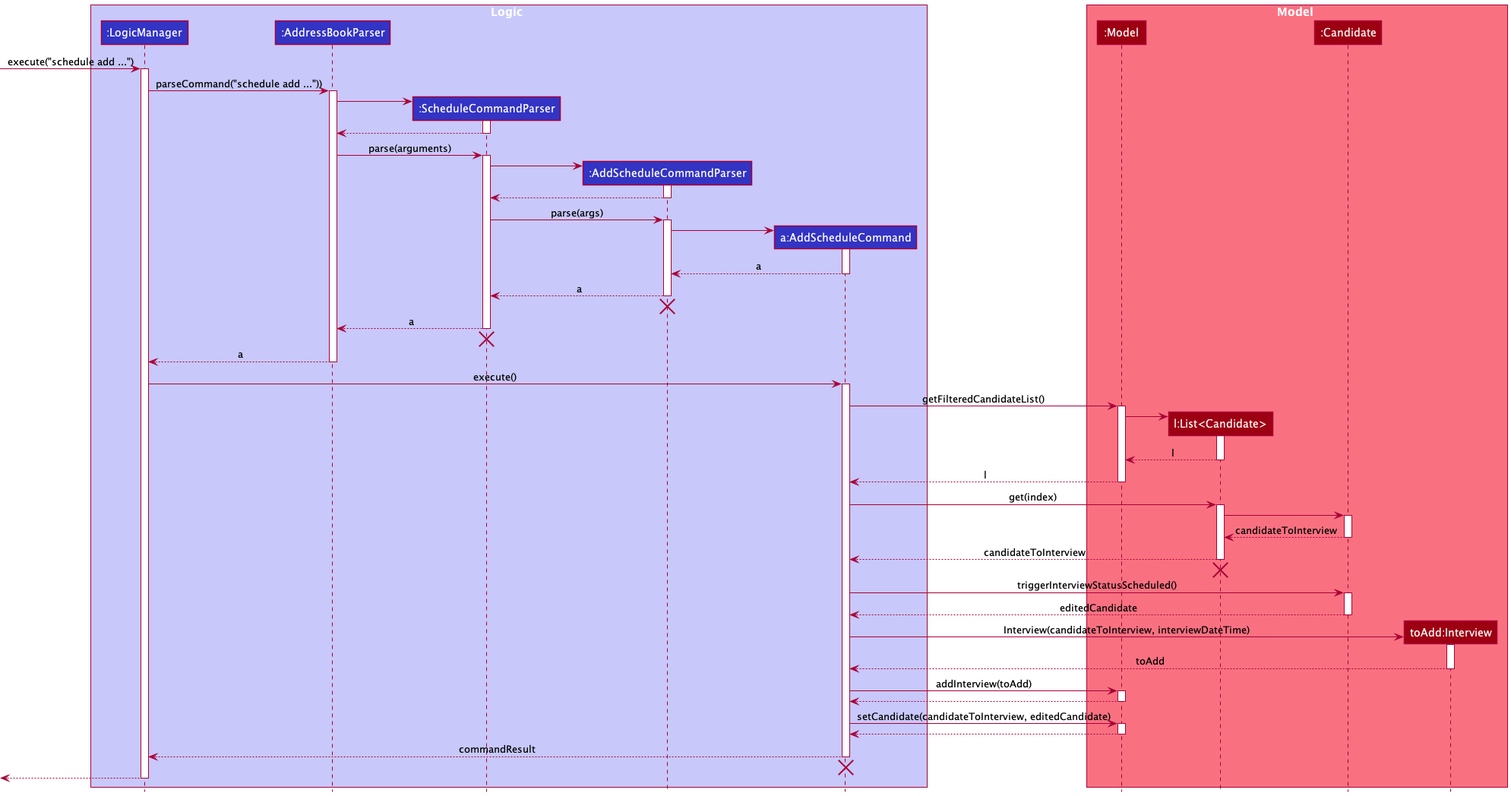
This is docs/images/AddScheduleSequenceDiagram.png from nus-cs2103-AY2122S2/tp, a PlantUML export, as it was before one commit. The source it was exported from:
```plantuml
@startuml

!include style.puml

box Logic LOGIC_COLOR_T1
participant ":LogicManager" as LogicManager LOGIC_COLOR
participant ":AddressBookParser" as AddressBookParser LOGIC_COLOR
participant ":ScheduleCommandParser" as ScheduleCommandParser LOGIC_COLOR
participant ":AddScheduleCommandParser" as AddScheduleCommandParser LOGIC_COLOR
participant "a:AddScheduleCommand" as AddScheduleCommand LOGIC_COLOR
end box

box Model MODEL_COLOR_T1
participant ":Model" as Model MODEL_COLOR
participant "l:List<Candidate>" as lastShownCandidateList MODEL_COLOR
participant ":Candidate" as Candidate MODEL_COLOR
participant "toAdd:Interview" as Interview MODEL_COLOR
end box

[-> LogicManager : execute("schedule add ...")
activate LogicManager

LogicManager -> AddressBookParser : parseCommand("schedule add ..."))
activate AddressBookParser

create ScheduleCommandParser
AddressBookParser -> ScheduleCommandParser
activate ScheduleCommandParser

ScheduleCommandParser --> AddressBookParser
deactivate ScheduleCommandParser

AddressBookParser -> ScheduleCommandParser : parse(arguments)
activate ScheduleCommandParser

create AddScheduleCommandParser
ScheduleCommandParser -> AddScheduleCommandParser
activate AddScheduleCommandParser

AddScheduleCommandParser --> ScheduleCommandParser
deactivate AddScheduleCommandParser

ScheduleCommandParser -> AddScheduleCommandParser : parse(args)
activate AddScheduleCommandParser

create AddScheduleCommand
AddScheduleCommandParser -> AddScheduleCommand
activate AddScheduleCommand

AddScheduleCommand --> AddScheduleCommandParser : a
deactivate AddScheduleCommand

AddScheduleCommandParser --> ScheduleCommandParser : a
deactivate AddScheduleCommandParser

AddScheduleCommandParser -[hidden]-> AddressBookParser
destroy AddScheduleCommandParser

ScheduleCommandParser --> AddressBookParser : a
deactivate ScheduleCommandParser

ScheduleCommandParser -[hidden]-> AddressBookParser
destroy ScheduleCommandParser

AddressBookParser --> LogicManager : a
deactivate AddressBookParser

LogicManager -> AddScheduleCommand : execute()
activate AddScheduleCommand

AddScheduleCommand -> Model : getFilteredCandidateList()
activate Model

create lastShownCandidateList
Model -> lastShownCandidateList
activate lastShownCandidateList

lastShownCandidateList --> Model : l
deactivate lastShownCandidateList

Model --> AddScheduleCommand : l
deactivate Model

AddScheduleCommand -> lastShownCandidateList : get(index)
activate lastShownCandidateList

lastShownCandidateList -> Candidate
activate Candidate

Candidate --> lastShownCandidateList : candidateToInterview
deactivate Candidate

lastShownCandidateList --> AddScheduleCommand : candidateToInterview
deactivate lastShownCandidateList

lastShownCandidateList -[hidden]-> AddScheduleCommand
destroy lastShownCandidateList

AddScheduleCommand -> Candidate : triggerInterviewStatusScheduled()
activate Candidate

Candidate --> AddScheduleCommand : editedCandidate
deactivate Candidate

create Interview
AddScheduleCommand -> Interview : Interview(candidateToInterview, interviewDateTime)
activate Interview

Interview --> AddScheduleCommand : toAdd
deactivate Interview

AddScheduleCommand -> Model : addInterview(toAdd)
activate Model

Model --> AddScheduleCommand
deactivate Model

AddScheduleCommand -> Model : setCandidate(candidateToInterview, editedCandidate)
activate Model

Model --> AddScheduleCommand
deactivate Model

AddScheduleCommand --> LogicManager : commandResult
deactivate AddScheduleCommand

AddScheduleCommand -[hidden]-> LogicManager
destroy AddScheduleCommand

[<--LogicManager
deactivate LogicManager
@enduml
```
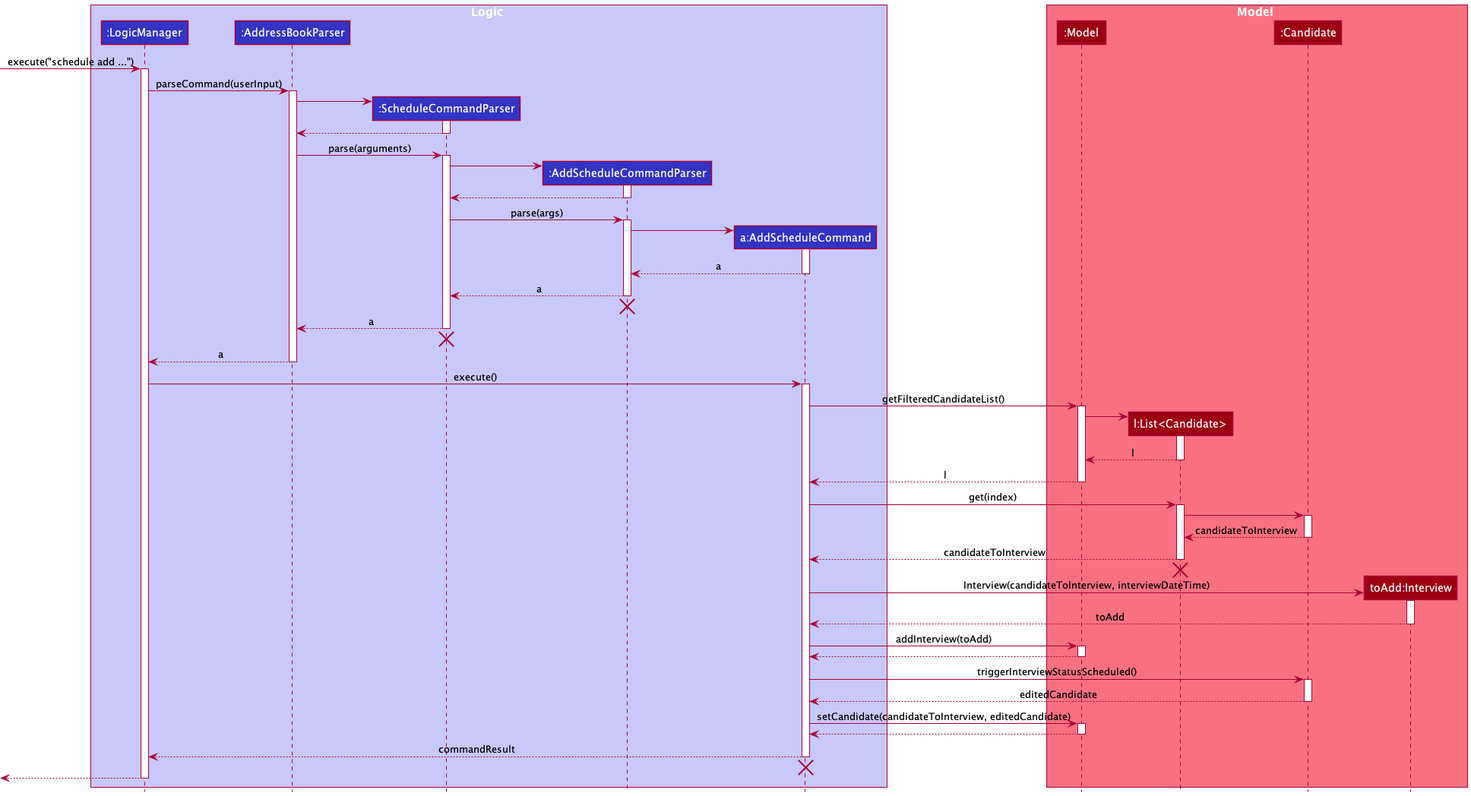
Later version of the same file.

Change to the diagram source:
```diff
@@ -20,7 +20,7 @@
 [-> LogicManager : execute("schedule add ...")
 activate LogicManager
 
-LogicManager -> AddressBookParser : parseCommand("schedule add ..."))
+LogicManager -> AddressBookParser : parseCommand(userInput)
 activate AddressBookParser
 
 create ScheduleCommandParser
@@ -96,12 +96,6 @@
 lastShownCandidateList -[hidden]-> AddScheduleCommand
 destroy lastShownCandidateList
 
-AddScheduleCommand -> Candidate : triggerInterviewStatusScheduled()
-activate Candidate
-
-Candidate --> AddScheduleCommand : editedCandidate
-deactivate Candidate
-
 create Interview
 AddScheduleCommand -> Interview : Interview(candidateToInterview, interviewDateTime)
 activate Interview
@@ -114,6 +108,12 @@
 
 Model --> AddScheduleCommand
 deactivate Model
+
+AddScheduleCommand -> Candidate : triggerInterviewStatusScheduled()
+activate Candidate
+
+Candidate --> AddScheduleCommand : editedCandidate
+deactivate Candidate
 
 AddScheduleCommand -> Model : setCandidate(candidateToInterview, editedCandidate)
 activate Model
```
